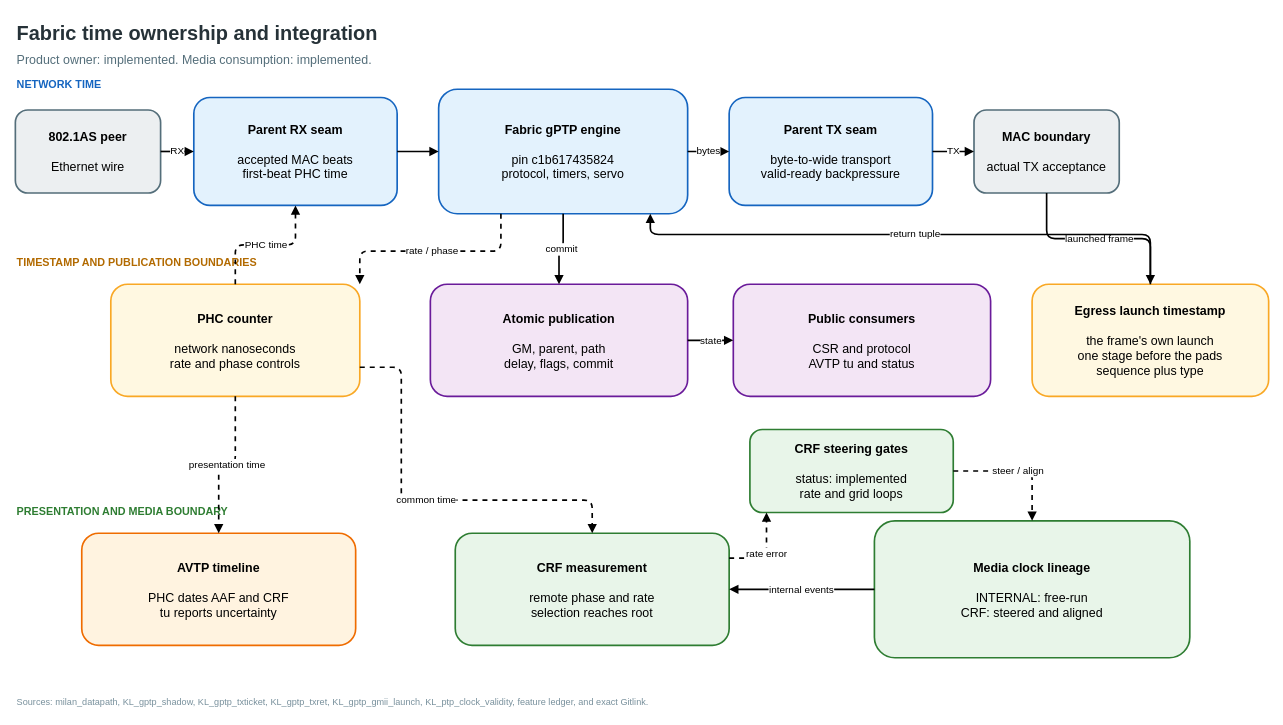
Above: docs/diagrams/timesync_chain.drawio in kebag-logic/milan-fpga (draw.io), before the change. Source tidied: cells renumbered, new cells numbered last; positions are measured from the earlier drawing's top-left corner, leaving out a move shared by most shapes. Both pictures are drawn from the tidied source at 83%, with x=0, y=0 at pixel (15, 14).
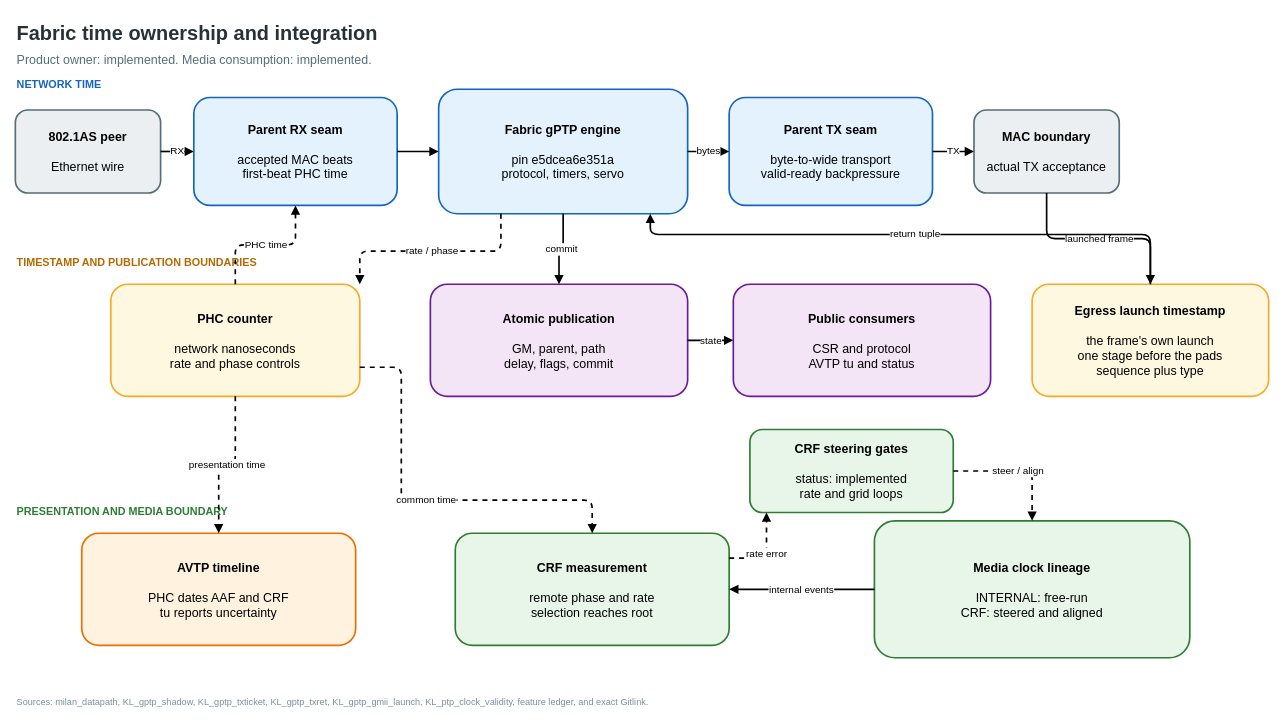
Above is the later version.

Diff of the diagram source:
```diff
@@
-    <mxCell id="10" value="&lt;b&gt;Fabric gPTP engine&lt;/b&gt;&lt;br&gt;&lt;br&gt;pin c1b617435824&lt;br&gt;protocol, timers, servo" style="rounded=1;whiteSpace=wrap;html=1;verticalAlign=middle;align=center;fontSize=15;strokeWidth=2;fillColor=#E3F2FD;strokeColor=#1565C0;" parent="1" vertex="1">
+    <mxCell id="10" value="&lt;b&gt;Fabric gPTP engine&lt;/b&gt;&lt;br&gt;&lt;br&gt;pin e5dcea6e351a&lt;br&gt;protocol, timers, servo" style="rounded=1;whiteSpace=wrap;html=1;verticalAlign=middle;align=center;fontSize=15;strokeWidth=2;fillColor=#E3F2FD;strokeColor=#1565C0;" parent="1" vertex="1">
       <mxGeometry x="510" y="90" width="300" height="150" as="geometry" />
     </mxCell>
```
